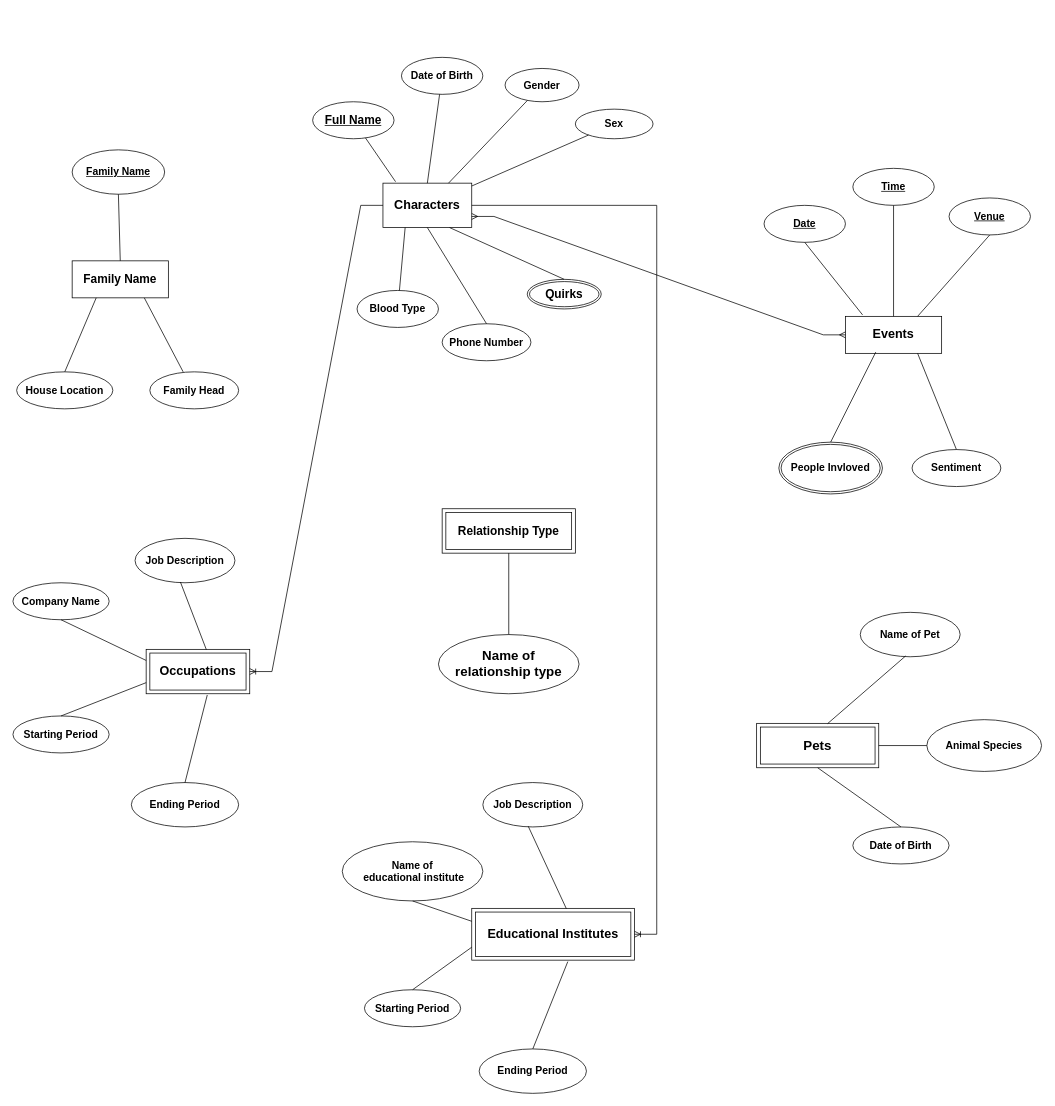
This is hw2.drawio from ashhh18/dna-hw2, a draw.io file, before an edit. Source tidied: cells renumbered, new cells numbered last; positions are measured from the earlier drawing's top-left corner, leaving out a move shared by most shapes. Both pictures are drawn from the tidied source at 74%, with x=0, y=0 at pixel (13, 57).
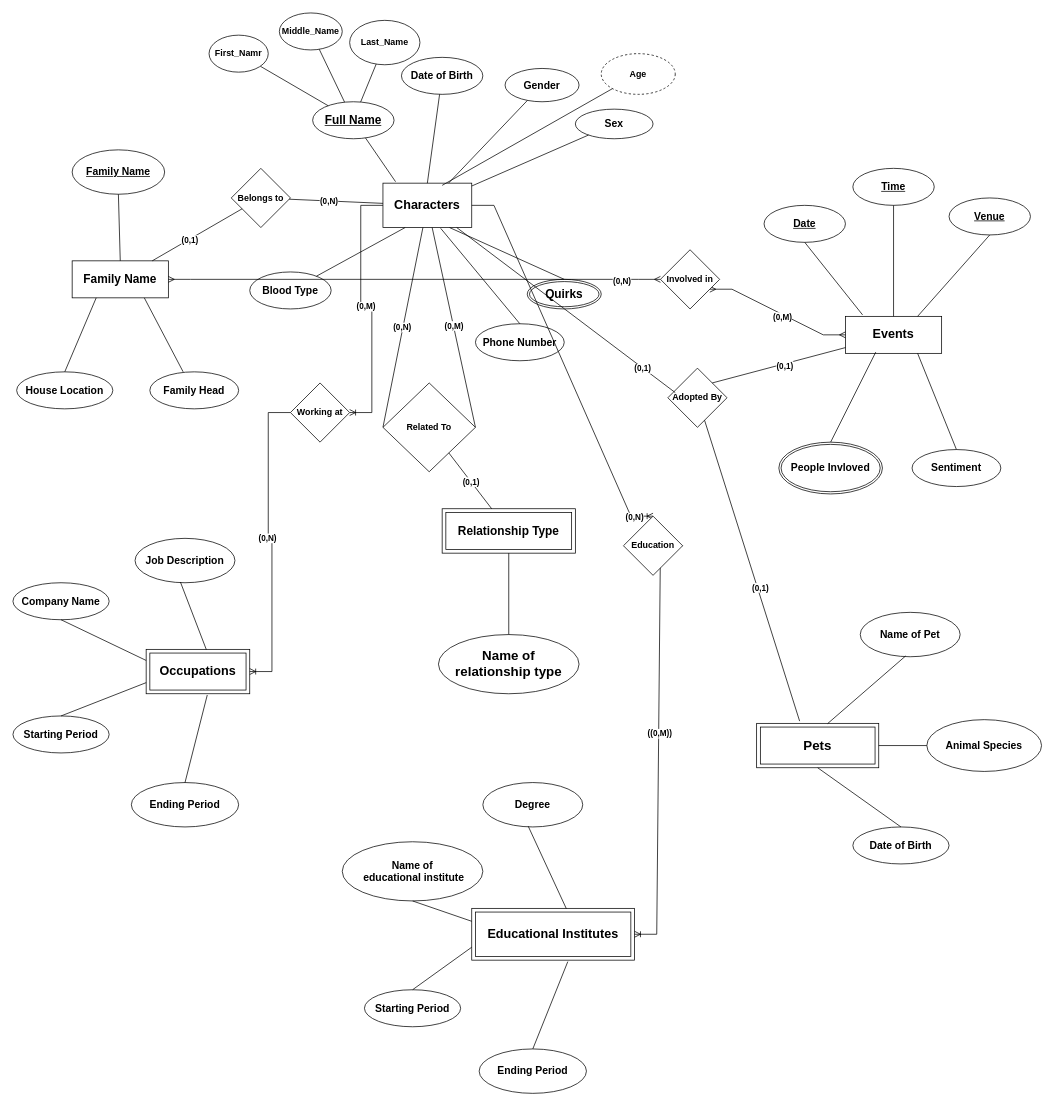
After the change.

Unchanged cells that the change refers to:
```xml
<mxCell id="2" value="&lt;p style=&quot;line-height: 230%; font-size: 17px;&quot;&gt;&lt;b&gt;Characters&lt;/b&gt;&lt;/p&gt;" style="rounded=0;whiteSpace=wrap;html=1;" parent="1" vertex="1">
  <mxGeometry x="500" y="170" width="120" height="60" as="geometry" />
</mxCell>
<mxCell id="3" value="&lt;b&gt;&lt;font style=&quot;font-size: 16px;&quot;&gt;Full Name&lt;/font&gt;&lt;/b&gt;" style="ellipse;whiteSpace=wrap;html=1;align=center;fontStyle=4;" parent="1" vertex="1">
  <mxGeometry x="405" y="60" width="110" height="50" as="geometry" />
</mxCell>
<mxCell id="18" value="&lt;b&gt;&lt;font style=&quot;font-size: 16px;&quot;&gt;Family Name&lt;/font&gt;&lt;/b&gt;" style="whiteSpace=wrap;html=1;align=center;" parent="1" vertex="1">
  <mxGeometry x="80" y="275" width="130" height="50" as="geometry" />
</mxCell>
<mxCell id="25" value="&lt;b&gt;&lt;font style=&quot;font-size: 17px;&quot;&gt;Occupations&lt;/font&gt;&lt;/b&gt;" style="shape=ext;margin=3;double=1;whiteSpace=wrap;html=1;align=center;" parent="1" vertex="1">
  <mxGeometry x="180" y="800" width="140" height="60" as="geometry" />
</mxCell>
<mxCell id="43" value="&lt;b&gt;&lt;font style=&quot;font-size: 17px;&quot;&gt;Events&lt;/font&gt;&lt;/b&gt;" style="whiteSpace=wrap;html=1;align=center;" parent="1" vertex="1">
  <mxGeometry x="1125" y="350" width="130" height="50" as="geometry" />
</mxCell>
<mxCell id="54" value="&lt;b&gt;&lt;font style=&quot;font-size: 18px;&quot;&gt;Pets&lt;/font&gt;&lt;/b&gt;" style="shape=ext;margin=3;double=1;whiteSpace=wrap;html=1;align=center;" parent="1" vertex="1">
  <mxGeometry x="1005" y="900" width="165" height="60" as="geometry" />
</mxCell>
<mxCell id="61" value="&lt;b&gt;&lt;font style=&quot;font-size: 16px;&quot;&gt;Relationship Type&lt;/font&gt;&lt;/b&gt;" style="shape=ext;margin=3;double=1;whiteSpace=wrap;html=1;align=center;" parent="1" vertex="1">
  <mxGeometry x="580" y="610" width="180" height="60" as="geometry" />
</mxCell>
```

What changed in the source:
```diff
@@
     <mxCell id="11" value="&lt;b&gt;&lt;font style=&quot;font-size: 14px;&quot;&gt;Blood Type&lt;/font&gt;&lt;/b&gt;" style="ellipse;whiteSpace=wrap;html=1;align=center;" parent="1" vertex="1">
-      <mxGeometry x="465" y="315" width="110" height="50" as="geometry" />
+      <mxGeometry x="320" y="290" width="110" height="50" as="geometry" />
     </mxCell>
     <mxCell id="12" value="&lt;b&gt;&lt;font style=&quot;font-size: 14px;&quot;&gt;Phone Number&lt;/font&gt;&lt;/b&gt;" style="ellipse;whiteSpace=wrap;html=1;align=center;" parent="1" vertex="1">
-      <mxGeometry x="580" y="360" width="120" height="50" as="geometry" />
+      <mxGeometry x="625" y="360" width="120" height="50" as="geometry" />
     </mxCell>
@@
-    <mxCell id="16" style="endArrow=none;html=1;rounded=0;exitX=0.5;exitY=0;exitDx=0;exitDy=0;entryX=0.5;entryY=1;entryDx=0;entryDy=0;" parent="1" edge="1" source="12" target="2">
+    <mxCell id="16" style="endArrow=none;html=1;rounded=0;exitX=0.5;exitY=0;exitDx=0;exitDy=0;entryX=0.65;entryY=1.017;entryDx=0;entryDy=0;entryPerimeter=0;" parent="1" edge="1" source="12" target="2">
       <mxGeometry relative="1" as="geometry" />
     </mxCell>
@@
-    <mxCell id="34" value="&lt;b&gt;&lt;font style=&quot;font-size: 17px;&quot;&gt;Educational Institutes&lt;/font&gt;&lt;/b&gt;" style="shape=ext;margin=3;double=1;whiteSpace=wrap;html=1;align=center;" parent="1" vertex="1">
+    <mxCell id="34" value="&lt;b&gt;&lt;font style=&quot;font-size: 17px;&quot;&gt;Educational Institutes&lt;/font&gt;&lt;/b&gt;" style="shape=ext;margin=3;double=1;whiteSpace=wrap;html=1;align=center;fillStyle=solid;" parent="1" vertex="1">
       <mxGeometry x="620" y="1150" width="220" height="70" as="geometry" />
     </mxCell>
@@
-    <mxCell id="38" value="&lt;b&gt;&lt;font style=&quot;font-size: 14px;&quot;&gt;Job Description&lt;/font&gt;&lt;/b&gt;" style="ellipse;whiteSpace=wrap;html=1;align=center;" parent="1" vertex="1">
+    <mxCell id="38" value="&lt;b&gt;&lt;font style=&quot;font-size: 14px;&quot;&gt;Degree&lt;/font&gt;&lt;/b&gt;" style="ellipse;whiteSpace=wrap;html=1;align=center;" parent="1" vertex="1">
       <mxGeometry x="635" y="980" width="135" height="60" as="geometry" />
     </mxCell>
@@
-    <mxCell id="64" style="edgeStyle=entityRelationEdgeStyle;fontSize=12;html=1;endArrow=ERoneToMany;rounded=0;exitX=1;exitY=0.5;exitDx=0;exitDy=0;" parent="1" edge="1" source="2" target="34">
+    <mxCell id="64" style="edgeStyle=entityRelationEdgeStyle;fontSize=12;html=1;endArrow=ERoneToMany;rounded=0;exitX=1;exitY=0.5;exitDx=0;exitDy=0;" parent="1" edge="1" source="85" target="34">
       <mxGeometry relative="1" as="geometry">
         <Array as="points">
           <mxPoint x="725" y="470" />
         </Array>
       </mxGeometry>
     </mxCell>
+    <mxCell id="67" value="&lt;b&gt;((0,M))&lt;/b&gt;" style="edgeLabel;html=1;align=center;verticalAlign=middle;" parent="64" vertex="1">
+      <mxGeometry x="-0.03" y="1" relative="1" as="geometry" />
+    </mxCell>
-    <mxCell id="65" style="edgeStyle=entityRelationEdgeStyle;fontSize=12;html=1;endArrow=ERoneToMany;rounded=0;entryX=1;entryY=0.5;entryDx=0;entryDy=0;" parent="1" edge="1" source="2" target="25">
+    <mxCell id="65" style="edgeStyle=entityRelationEdgeStyle;fontSize=12;html=1;endArrow=ERoneToMany;rounded=0;entryX=1;entryY=0.5;entryDx=0;entryDy=0;" parent="1" edge="1" source="88" target="25">
       <mxGeometry relative="1" as="geometry">
         <Array as="points">
           <mxPoint x="625" y="180" />
           <mxPoint x="475" y="180" />
           <mxPoint x="405" y="190" />
           <mxPoint x="405" y="520" />
           <mxPoint x="350" y="440" />
           <mxPoint x="565" y="540" />
           <mxPoint x="345" y="810" />
         </Array>
       </mxGeometry>
     </mxCell>
+    <mxCell id="68" value="&lt;b&gt;(0,N)&lt;/b&gt;" style="edgeLabel;html=1;align=center;verticalAlign=middle;" parent="65" vertex="1">
+      <mxGeometry x="-0.04" y="-2" relative="1" as="geometry" />
+    </mxCell>
-    <mxCell id="66" style="edgeStyle=entityRelationEdgeStyle;fontSize=12;html=1;endArrow=ERmany;startArrow=ERmany;rounded=0;entryX=0;entryY=0.5;entryDx=0;entryDy=0;exitX=1;exitY=0.75;exitDx=0;exitDy=0;" parent="1" edge="1" source="2" target="43">
+    <mxCell id="66" style="edgeStyle=entityRelationEdgeStyle;fontSize=12;html=1;endArrow=ERmany;startArrow=ERmany;rounded=0;entryX=0;entryY=0.5;entryDx=0;entryDy=0;exitX=1;exitY=0.75;exitDx=0;exitDy=0;" parent="1" edge="1" source="91" target="43">
       <mxGeometry relative="1" as="geometry" />
     </mxCell>
+    <mxCell id="69" value="&lt;b&gt;(0,M)&lt;/b&gt;" style="edgeLabel;html=1;align=center;verticalAlign=middle;" parent="66" vertex="1">
+      <mxGeometry x="0.08" y="-3" relative="1" as="geometry" />
+    </mxCell>
+    <mxCell id="70" style="endArrow=none;html=1;rounded=0;" parent="1" edge="1" source="3" target="71">
+      <mxGeometry relative="1" as="geometry" />
+    </mxCell>
+    <mxCell id="71" value="&lt;b&gt;First_Namr&lt;/b&gt;" style="ellipse;whiteSpace=wrap;html=1;" parent="1" vertex="1">
+      <mxGeometry x="265" y="-30" width="80" height="50" as="geometry" />
+    </mxCell>
+    <mxCell id="72" value="&lt;b&gt;Middle_Name&lt;/b&gt;" style="ellipse;whiteSpace=wrap;html=1;" parent="1" vertex="1">
+      <mxGeometry x="360" y="-60" width="85" height="50" as="geometry" />
+    </mxCell>
+    <mxCell id="73" style="endArrow=none;html=1;rounded=0;" parent="1" edge="1" source="3" target="72">
+      <mxGeometry relative="1" as="geometry" />
+    </mxCell>
+    <mxCell id="74" value="&lt;b&gt;Last_Name&lt;/b&gt;" style="ellipse;whiteSpace=wrap;html=1;" parent="1" vertex="1">
+      <mxGeometry x="455" y="-50" width="95" height="60" as="geometry" />
+    </mxCell>
+    <mxCell id="75" style="endArrow=none;html=1;rounded=0;" parent="1" edge="1" source="3" target="74">
+      <mxGeometry relative="1" as="geometry" />
+    </mxCell>
+    <mxCell id="76" value="&lt;b&gt;Related To&lt;/b&gt;" style="rhombus;whiteSpace=wrap;html=1;" parent="1" vertex="1">
+      <mxGeometry x="500" y="440" width="125" height="120" as="geometry" />
+    </mxCell>
+    <mxCell id="77" style="endArrow=none;html=1;rounded=0;" parent="1" edge="1" source="76" target="61">
+      <mxGeometry relative="1" as="geometry" />
+    </mxCell>
+    <mxCell id="78" value="&lt;b&gt;(0,1)&lt;/b&gt;" style="edgeLabel;html=1;align=center;verticalAlign=middle;" parent="77" vertex="1">
+      <mxGeometry x="0.03" relative="1" as="geometry" />
+    </mxCell>
+    <mxCell id="79" style="endArrow=none;html=1;rounded=0;exitX=1;exitY=0.5;exitDx=0;exitDy=0;" parent="1" edge="1" source="76" target="2">
+      <mxGeometry relative="1" as="geometry" />
+    </mxCell>
+    <mxCell id="80" value="&lt;b&gt;(0,M)&lt;/b&gt;" style="edgeLabel;html=1;align=center;verticalAlign=middle;" parent="79" vertex="1">
+      <mxGeometry x="0.02" relative="1" as="geometry" />
+    </mxCell>
+    <mxCell id="81" style="endArrow=none;html=1;rounded=0;exitX=0;exitY=0.5;exitDx=0;exitDy=0;" parent="1" edge="1" source="76" target="2">
+      <mxGeometry relative="1" as="geometry" />
+    </mxCell>
+    <mxCell id="82" value="&lt;b&gt;(0,N)&lt;/b&gt;" style="edgeLabel;html=1;align=center;verticalAlign=middle;" parent="81" vertex="1">
+      <mxGeometry y="2" relative="1" as="geometry" />
+    </mxCell>
+    <mxCell id="83" style="edgeStyle=entityRelationEdgeStyle;fontSize=12;html=1;endArrow=ERoneToMany;rounded=0;exitX=1;exitY=0.5;exitDx=0;exitDy=0;entryX=0.5;entryY=0;entryDx=0;entryDy=0;" parent="1" edge="1" source="2" target="85">
+      <mxGeometry relative="1" as="geometry" />
+    </mxCell>
+    <mxCell id="84" value="&lt;b&gt;(0,N)&lt;/b&gt;" style="edgeLabel;html=1;align=center;verticalAlign=middle;" parent="83" vertex="1">
+      <mxGeometry x="0.9" y="-1" relative="1" as="geometry" />
+    </mxCell>
+    <mxCell id="85" value="&lt;b&gt;Education&lt;/b&gt;" style="rhombus;whiteSpace=wrap;html=1;" parent="1" vertex="1">
+      <mxGeometry x="825" y="620" width="80" height="80" as="geometry" />
+    </mxCell>
+    <mxCell id="86" style="edgeStyle=entityRelationEdgeStyle;fontSize=12;html=1;endArrow=ERoneToMany;rounded=0;entryX=1;entryY=0.5;entryDx=0;entryDy=0;" parent="1" edge="1" source="2" target="88">
+      <mxGeometry relative="1" as="geometry" />
+    </mxCell>
+    <mxCell id="87" value="&lt;b&gt;(0,M)&lt;/b&gt;" style="edgeLabel;html=1;align=center;verticalAlign=middle;" parent="86" vertex="1">
+      <mxGeometry x="-0.01" y="4" relative="1" as="geometry" />
+    </mxCell>
+    <mxCell id="88" value="&lt;b&gt;Working at&lt;/b&gt;" style="rhombus;whiteSpace=wrap;html=1;" parent="1" vertex="1">
+      <mxGeometry x="375" y="440" width="80" height="80" as="geometry" />
+    </mxCell>
+    <mxCell id="89" style="edgeStyle=entityRelationEdgeStyle;fontSize=12;html=1;endArrow=ERmany;startArrow=ERmany;rounded=0;entryX=0;entryY=0.5;entryDx=0;entryDy=0;exitX=1;exitY=0.5;exitDx=0;exitDy=0;" parent="1" edge="1" source="18" target="91">
+      <mxGeometry relative="1" as="geometry">
+        <Array as="points">
+          <mxPoint x="795" y="300" />
+        </Array>
+      </mxGeometry>
+    </mxCell>
+    <mxCell id="90" value="&lt;b&gt;(0,N)&lt;/b&gt;" style="edgeLabel;html=1;align=center;verticalAlign=middle;" parent="89" vertex="1">
+      <mxGeometry x="0.84" y="-2" relative="1" as="geometry" />
+    </mxCell>
+    <mxCell id="91" value="&lt;b&gt;Involved in&lt;/b&gt;" style="rhombus;whiteSpace=wrap;html=1;" parent="1" vertex="1">
+      <mxGeometry x="875" y="260" width="80" height="80" as="geometry" />
+    </mxCell>
+    <mxCell id="92" value="&lt;b&gt;Adopted By&lt;/b&gt;" style="rhombus;whiteSpace=wrap;html=1;" parent="1" vertex="1">
+      <mxGeometry x="885" y="420" width="80" height="80" as="geometry" />
+    </mxCell>
+    <mxCell id="93" style="endArrow=none;html=1;rounded=0;entryX=0.125;entryY=0.413;entryDx=0;entryDy=0;entryPerimeter=0;" parent="1" edge="1" source="2" target="92">
+      <mxGeometry relative="1" as="geometry" />
+    </mxCell>
+    <mxCell id="94" value="&lt;b&gt;(0,1)&lt;/b&gt;" style="edgeLabel;html=1;align=center;verticalAlign=middle;" parent="93" vertex="1">
+      <mxGeometry x="0.7" y="-1" relative="1" as="geometry" />
+    </mxCell>
+    <mxCell id="95" style="endArrow=none;html=1;rounded=0;exitX=0.352;exitY=-0.05;exitDx=0;exitDy=0;exitPerimeter=0;" parent="1" edge="1" source="54" target="92">
+      <mxGeometry relative="1" as="geometry" />
+    </mxCell>
+    <mxCell id="96" value="&lt;b&gt;(0,1)&lt;/b&gt;" style="edgeLabel;html=1;align=center;verticalAlign=middle;" parent="95" vertex="1">
+      <mxGeometry x="-0.12" y="-3" relative="1" as="geometry" />
+    </mxCell>
+    <mxCell id="97" style="endArrow=none;html=1;rounded=0;exitX=1;exitY=0;exitDx=0;exitDy=0;" parent="1" edge="1" source="92" target="43">
+      <mxGeometry relative="1" as="geometry" />
+    </mxCell>
+    <mxCell id="98" value="&lt;b&gt;(0,1)&lt;/b&gt;" style="edgeLabel;html=1;align=center;verticalAlign=middle;" parent="97" vertex="1">
+      <mxGeometry x="0.07" y="-2" relative="1" as="geometry" />
+    </mxCell>
+    <mxCell id="99" value="&lt;b&gt;Belongs to&lt;/b&gt;" style="rhombus;whiteSpace=wrap;html=1;" parent="1" vertex="1">
+      <mxGeometry x="295" y="150" width="80" height="80" as="geometry" />
+    </mxCell>
+    <mxCell id="100" style="endArrow=none;html=1;rounded=0;" parent="1" edge="1" source="18" target="99">
+      <mxGeometry relative="1" as="geometry" />
+    </mxCell>
+    <mxCell id="101" value="&lt;b&gt;(0,1)&lt;/b&gt;" style="edgeLabel;html=1;align=center;verticalAlign=middle;" parent="100" vertex="1">
+      <mxGeometry x="-0.17" relative="1" as="geometry">
+        <mxPoint y="1" as="offset" />
+      </mxGeometry>
+    </mxCell>
+    <mxCell id="102" style="endArrow=none;html=1;rounded=0;" parent="1" edge="1" source="99" target="2">
+      <mxGeometry relative="1" as="geometry" />
+    </mxCell>
+    <mxCell id="103" value="&lt;b&gt;(0,N)&lt;/b&gt;" style="edgeLabel;html=1;align=center;verticalAlign=middle;" parent="102" vertex="1">
+      <mxGeometry x="-0.17" relative="1" as="geometry" />
+    </mxCell>
+    <mxCell id="104" value="&lt;b&gt;Age&lt;/b&gt;" style="ellipse;whiteSpace=wrap;html=1;dashed=1;" parent="1" vertex="1">
+      <mxGeometry x="795" y="-5" width="100" height="55" as="geometry" />
+    </mxCell>
+    <mxCell id="105" style="endArrow=none;html=1;rounded=0;exitX=0.667;exitY=0.05;exitDx=0;exitDy=0;exitPerimeter=0;" parent="1" edge="1" source="2" target="104">
+      <mxGeometry relative="1" as="geometry" />
+    </mxCell>
```
